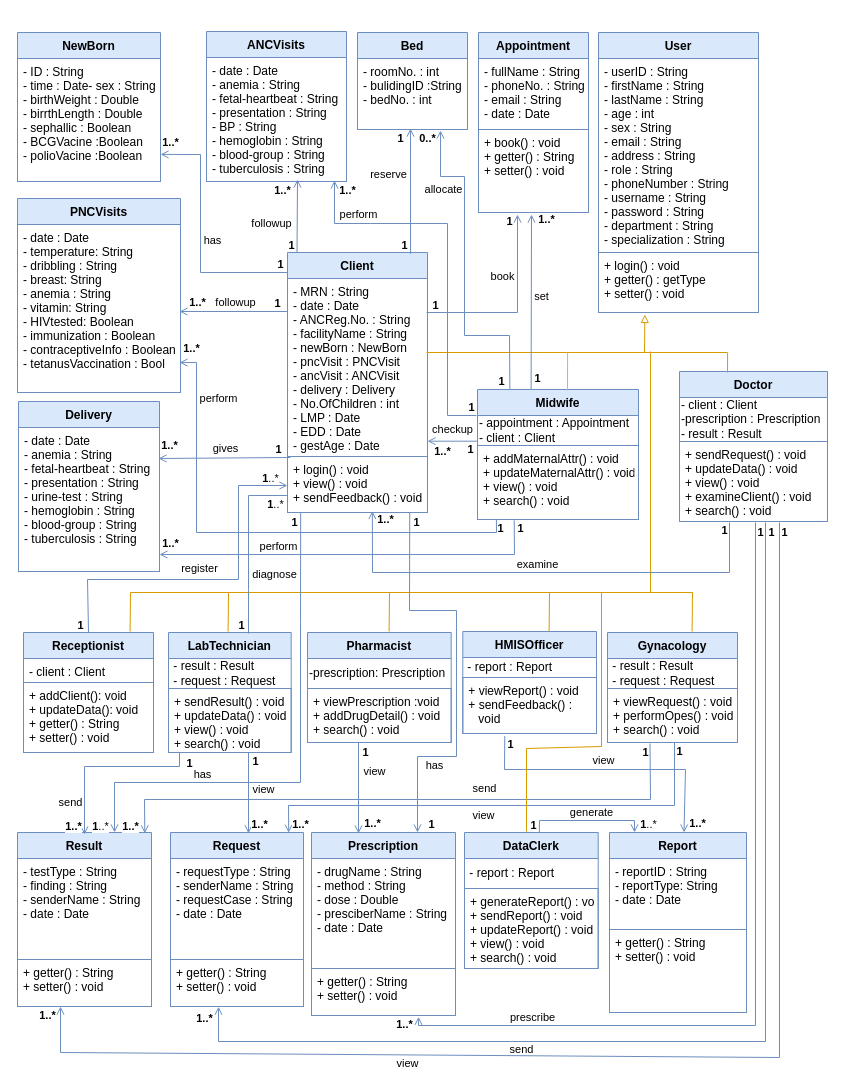
The draw.io diagram Detailed Class Diagram.drawio in fasil712/UML_Diagram_Design, before the edit. Source tidied: cells renumbered, new cells numbered last; positions are measured from the earlier drawing's top-left corner, leaving out a move shared by most shapes. Both pictures are drawn from the tidied source at 100%, with x=0, y=0 at pixel (17, 31).
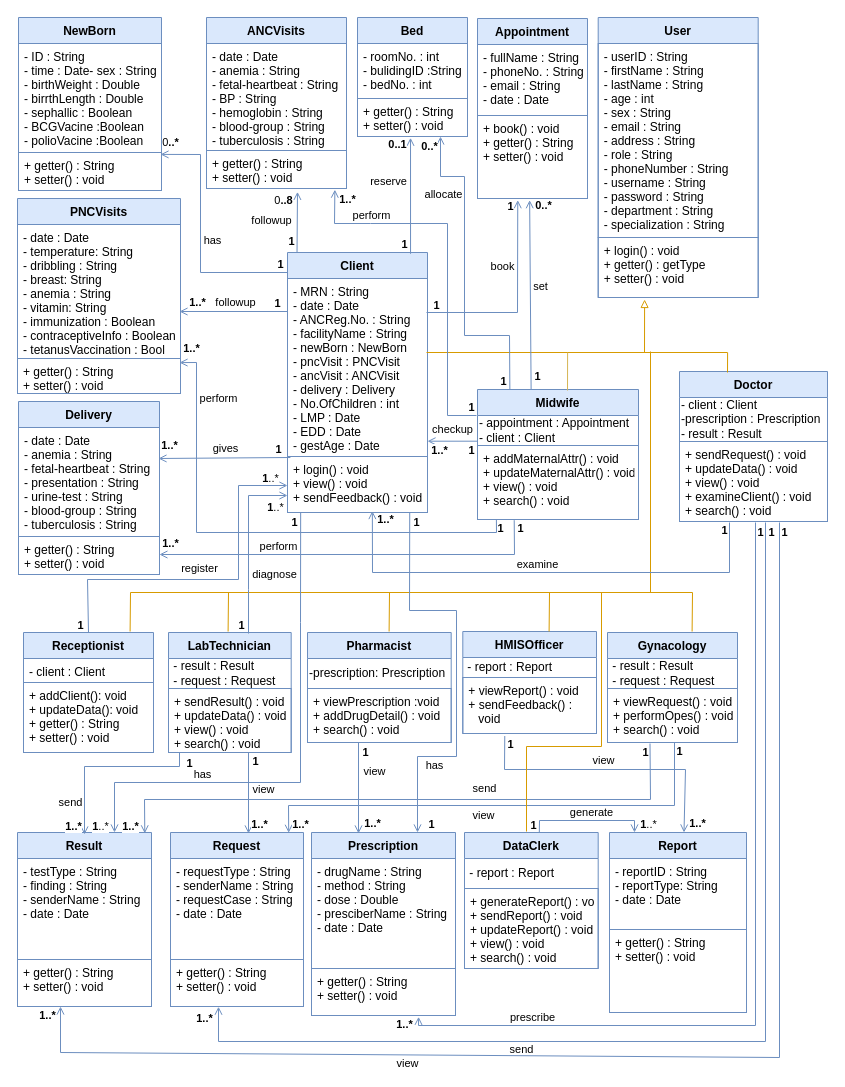
Above is the later version.

Unchanged cells that the change refers to:
```xml
<mxCell id="17" value="Client" style="swimlane;fontStyle=1;align=center;verticalAlign=top;horizontal=1;startSize=26;strokeWidth=1;spacingTop=0;fontSize=12;strokeColor=#6c8ebf;fillColor=#dae8fc;" parent="1" vertex="1">
  <mxGeometry x="270" y="221" width="140" height="260" as="geometry" />
</mxCell>
<mxCell id="28" value="Midwife" style="swimlane;fontStyle=1;align=center;verticalAlign=top;horizontal=1;startSize=26;strokeWidth=1;spacingTop=0;fontSize=12;strokeColor=#6c8ebf;fillColor=#dae8fc;" parent="1" vertex="1">
  <mxGeometry x="460" y="358" width="161" height="130" as="geometry" />
</mxCell>
<mxCell id="38" style="endArrow=open;html=1;rounded=0;strokeWidth=1;entryX=1;entryY=0.78;entryDx=0;entryDy=0;entryPerimeter=0;fillColor=#dae8fc;strokeColor=#6c8ebf;startArrow=none;startFill=0;endFill=0;" parent="1" edge="1">
  <mxGeometry relative="1" as="geometry">
    <mxPoint x="270" y="241" as="sourcePoint" />
    <mxPoint x="143" y="122.9" as="targetPoint" />
    <Array as="points">
      <mxPoint x="183" y="241" />
      <mxPoint x="183" y="123" />
    </Array>
  </mxGeometry>
</mxCell>
<mxCell id="58" value="+ book() : void&#10;+ getter() : String&#10;+ setter() : void" style="text;strokeColor=#6C8EBF;fillColor=none;align=left;verticalAlign=top;spacingLeft=4;spacingRight=4;overflow=hidden;points=[[0,0.5],[1,0.5]];portConstraint=eastwest;strokeWidth=1;spacingTop=0;fontSize=12;" parent="56" vertex="1">
  <mxGeometry y="97" width="110" height="83" as="geometry" />
</mxCell>
<mxCell id="78" style="endArrow=none;html=1;rounded=0;strokeWidth=1;entryX=0.001;entryY=0.009;entryDx=0;entryDy=0;exitX=1;exitY=0.903;exitDx=0;exitDy=0;entryPerimeter=0;fillColor=#dae8fc;strokeColor=#6c8ebf;exitPerimeter=0;startArrow=open;startFill=0;" parent="1" edge="1">
  <mxGeometry relative="1" as="geometry">
    <mxPoint x="410" y="409.7" as="sourcePoint" />
    <mxPoint x="460.2" y="409.7" as="targetPoint" />
  </mxGeometry>
</mxCell>
```

What changed in the source:
```diff
@@
     <mxCell id="2" value="User" style="swimlane;fontStyle=1;align=center;verticalAlign=top;horizontal=1;startSize=26;strokeWidth=1;spacingTop=0;fontSize=12;strokeColor=#6c8ebf;fillColor=#dae8fc;" parent="1" vertex="1">
-      <mxGeometry x="581" y="1" width="160" height="280" as="geometry" />
+      <mxGeometry x="580.7" y="-14" width="160" height="280" as="geometry" />
     </mxCell>
@@
     <mxCell id="20" value="ANCVisits" style="swimlane;fontStyle=1;align=center;verticalAlign=top;horizontal=1;startSize=26;strokeWidth=1;spacingTop=0;fontSize=12;strokeColor=#6c8ebf;fillColor=#dae8fc;" parent="1" vertex="1">
-      <mxGeometry x="189" width="140" height="150" as="geometry" />
+      <mxGeometry x="189" y="-14" width="140" height="171" as="geometry" />
     </mxCell>
-    <mxCell id="21" value="- date : Date&#10;- anemia : String&#10;- fetal-heartbeat : String&#10;- presentation : String&#10;- BP : String&#10;- hemoglobin : String&#10;- blood-group : String&#10;- tuberculosis : String" style="text;strokeColor=#6C8EBF;fillColor=none;align=left;verticalAlign=top;spacingLeft=4;spacingRight=4;overflow=hidden;strokeWidth=1;spacingTop=0;fontSize=12;" parent="20" vertex="1">
-      <mxGeometry y="26" width="140" height="124" as="geometry" />
+    <mxCell id="21" value="- date : Date&#10;- anemia : String&#10;- fetal-heartbeat : String&#10;- BP : String&#10;- hemoglobin : String&#10;- blood-group : String&#10;- tuberculosis : String" style="text;strokeColor=#6C8EBF;fillColor=none;align=left;verticalAlign=top;spacingLeft=4;spacingRight=4;overflow=hidden;strokeWidth=1;spacingTop=0;fontSize=12;" parent="20" vertex="1">
+      <mxGeometry y="26" width="140" height="107" as="geometry" />
     </mxCell>
+    <mxCell id="178" value="+ getter() : String&#10;+ setter() : void" style="text;strokeColor=#6C8EBF;fillColor=none;align=left;verticalAlign=top;spacingLeft=4;spacingRight=4;overflow=hidden;points=[[0,0.5],[1,0.5]];portConstraint=eastwest;strokeWidth=1;spacingTop=0;fontSize=12;" parent="20" vertex="1">
+      <mxGeometry y="133" width="140" height="38" as="geometry" />
+    </mxCell>
     <mxCell id="22" value="Delivery" style="swimlane;fontStyle=1;align=center;verticalAlign=top;horizontal=1;startSize=26;strokeWidth=1;spacingTop=0;fontSize=12;strokeColor=#6c8ebf;fillColor=#dae8fc;" parent="1" vertex="1">
-      <mxGeometry x="1" y="370" width="141" height="170" as="geometry" />
+      <mxGeometry x="1" y="370" width="141" height="173" as="geometry" />
     </mxCell>
-    <mxCell id="23" value="- date : Date&#10;- anemia : String&#10;- fetal-heartbeat : String&#10;- presentation : String&#10;- urine-test : String&#10;- hemoglobin : String&#10;- blood-group : String&#10;- tuberculosis : String&#10;&#10;" style="text;strokeColor=#6C8EBF;fillColor=none;align=left;verticalAlign=top;spacingLeft=4;spacingRight=4;overflow=hidden;strokeWidth=1;spacingTop=0;fontSize=12;" parent="22" vertex="1">
-      <mxGeometry y="26" width="141" height="144" as="geometry" />
+    <mxCell id="23" value="- date : Date&#10;- anemia : String&#10;- fetal-heartbeat : String&#10;- presentation : String&#10;- urine-test : String&#10;- blood-group : String&#10;- tuberculosis : String&#10;&#10;" style="text;strokeColor=#6C8EBF;fillColor=none;align=left;verticalAlign=top;spacingLeft=4;spacingRight=4;overflow=hidden;strokeWidth=1;spacingTop=0;fontSize=12;" parent="22" vertex="1">
+      <mxGeometry y="26" width="141" height="109" as="geometry" />
     </mxCell>
+    <mxCell id="179" value="+ getter() : String&#10;+ setter() : void" style="text;strokeColor=#6C8EBF;fillColor=none;align=left;verticalAlign=top;spacingLeft=4;spacingRight=4;overflow=hidden;strokeWidth=1;spacingTop=0;fontSize=12;" parent="22" vertex="1">
+      <mxGeometry y="135" width="141" height="38" as="geometry" />
+    </mxCell>
     <mxCell id="24" value="PNCVisits" style="swimlane;fontStyle=1;align=center;verticalAlign=top;horizontal=1;startSize=26;strokeWidth=1;spacingTop=0;fontSize=12;strokeColor=#6c8ebf;fillColor=#dae8fc;" parent="1" vertex="1">
-      <mxGeometry y="167" width="163" height="194" as="geometry" />
+      <mxGeometry y="167" width="163" height="195" as="geometry" />
     </mxCell>
-    <mxCell id="25" value="- date : Date&#10;- temperature: String&#10;- dribbling : String&#10;- breast: String&#10;- anemia : String&#10;- vitamin: String&#10;- HIVtested: Boolean&#10;- immunization : Boolean&#10;- contraceptiveInfo : Boolean&#10;- tetanusVaccination : Bool&#10;" style="text;strokeColor=#6C8EBF;fillColor=none;align=left;verticalAlign=top;spacingLeft=4;spacingRight=4;overflow=hidden;strokeWidth=1;spacingTop=0;fontSize=12;" parent="24" vertex="1">
-      <mxGeometry y="26" width="163" height="168" as="geometry" />
+    <mxCell id="25" value="- date : Date&#10;- temperature: String&#10;- dribbling : String&#10;- breast: String&#10;- anemia : String&#10;- vitamin: String&#10;- immunization : Boolean&#10;- contraceptiveInfo : Boolean&#10;- tetanusVaccination : Bool&#10;" style="text;strokeColor=#6C8EBF;fillColor=none;align=left;verticalAlign=top;spacingLeft=4;spacingRight=4;overflow=hidden;strokeWidth=1;spacingTop=0;fontSize=12;" parent="24" vertex="1">
+      <mxGeometry y="26" width="163" height="134" as="geometry" />
     </mxCell>
+    <mxCell id="180" value="+ getter() : String&#10;+ setter() : void" style="text;strokeColor=#6C8EBF;fillColor=none;align=left;verticalAlign=top;spacingLeft=4;spacingRight=4;overflow=hidden;strokeWidth=1;spacingTop=0;fontSize=12;" parent="24" vertex="1">
+      <mxGeometry y="160" width="163" height="35" as="geometry" />
+    </mxCell>
     <mxCell id="26" value="NewBorn" style="swimlane;fontStyle=1;align=center;verticalAlign=top;horizontal=1;startSize=26;strokeWidth=1;spacingTop=0;fontSize=12;strokeColor=#6c8ebf;fillColor=#dae8fc;" parent="1" vertex="1">
-      <mxGeometry y="1" width="143" height="149" as="geometry" />
+      <mxGeometry x="1" y="-14" width="143" height="173" as="geometry" />
     </mxCell>
     <mxCell id="27" value="- ID : String&#10;- time : Date- sex : String&#10;- birthWeight : Double&#10;- birrthLength : Double&#10;- sephallic : Boolean&#10;- BCGVacine :Boolean&#10;- polioVacine :Boolean" style="text;strokeColor=#6C8EBF;fillColor=none;align=left;verticalAlign=top;spacingLeft=4;spacingRight=4;overflow=hidden;strokeWidth=1;spacingTop=0;fontSize=12;" parent="26" vertex="1">
-      <mxGeometry y="26" width="143" height="123" as="geometry" />
+      <mxGeometry y="26" width="143" height="109" as="geometry" />
     </mxCell>
+    <mxCell id="181" value="+ getter() : String&#10;+ setter() : void" style="text;strokeColor=#6C8EBF;fillColor=none;align=left;verticalAlign=top;spacingLeft=4;spacingRight=4;overflow=hidden;strokeWidth=1;spacingTop=0;fontSize=12;" parent="26" vertex="1">
+      <mxGeometry y="135" width="143" height="38" as="geometry" />
+    </mxCell>
@@
-    <mxCell id="34" style="endArrow=open;html=1;rounded=0;strokeWidth=1;fillColor=#dae8fc;strokeColor=#6c8ebf;endFill=0;exitX=0.068;exitY=0.001;exitDx=0;exitDy=0;exitPerimeter=0;" parent="1" edge="1" source="17">
-      <mxGeometry relative="1" as="geometry">
-        <mxPoint x="280" y="148" as="targetPoint" />
-      </mxGeometry>
+    <mxCell id="34" style="endArrow=open;html=1;rounded=0;strokeWidth=1;fillColor=#dae8fc;strokeColor=#6c8ebf;endFill=0;exitX=0.068;exitY=0.001;exitDx=0;exitDy=0;exitPerimeter=0;entryX=0.65;entryY=1.088;entryDx=0;entryDy=0;entryPerimeter=0;" parent="1" edge="1" source="17" target="178">
+      <mxGeometry relative="1" as="geometry" />
     </mxCell>
     <mxCell id="35" value="followup" style="edgeLabel;html=1;align=center;verticalAlign=middle;" parent="34" vertex="1">
       <mxGeometry x="0.43" y="-2" relative="1" as="geometry">
-        <mxPoint x="-28" y="22" as="offset" />
+        <mxPoint x="-28" y="11" as="offset" />
       </mxGeometry>
     </mxCell>
     <mxCell id="36" value="&lt;b&gt;1&lt;/b&gt;" style="edgeLabel;html=1;align=center;verticalAlign=middle;" parent="34" vertex="1">
       <mxGeometry x="-0.42" y="-2" relative="1" as="geometry">
-        <mxPoint x="-8" y="13" as="offset" />
+        <mxPoint x="-8" y="6" as="offset" />
       </mxGeometry>
     </mxCell>
-    <mxCell id="37" value="&lt;font style=&quot;font-size: 11px;&quot;&gt;&lt;b&gt;1..*&lt;/b&gt;&lt;/font&gt;" style="edgeLabel;html=1;align=center;verticalAlign=middle;" parent="34" vertex="1">
+    <mxCell id="37" value="0&lt;font style=&quot;font-size: 11px;&quot;&gt;&lt;b&gt;..8&lt;/b&gt;&lt;/font&gt;" style="edgeLabel;html=1;align=center;verticalAlign=middle;" parent="34" vertex="1">
       <mxGeometry x="0.58" y="-3" relative="1" as="geometry">
-        <mxPoint x="-18" y="-5" as="offset" />
+        <mxPoint x="-17" y="-5" as="offset" />
       </mxGeometry>
     </mxCell>
@@
-    <mxCell id="41" value="&lt;b&gt;1..*&lt;/b&gt;" style="edgeLabel;html=1;align=center;verticalAlign=middle;fontSize=11;" parent="38" vertex="1">
+    <mxCell id="41" value="0&lt;b&gt;..*&lt;/b&gt;" style="edgeLabel;html=1;align=center;verticalAlign=middle;fontSize=11;" parent="38" vertex="1">
       <mxGeometry x="0.86" y="-8" relative="1" as="geometry">
         <mxPoint x="-8" y="-4" as="offset" />
       </mxGeometry>
     </mxCell>
@@
     <mxCell id="56" value="Appointment" style="swimlane;fontStyle=1;align=center;verticalAlign=top;horizontal=1;startSize=26;strokeWidth=1;spacingTop=0;fontSize=12;strokeColor=#6c8ebf;fillColor=#dae8fc;" parent="1" vertex="1">
-      <mxGeometry x="461" y="1" width="110" height="180" as="geometry" />
+      <mxGeometry x="460" y="-13" width="110" height="180" as="geometry" />
     </mxCell>
@@
     <mxCell id="80" value="&lt;b&gt;1&lt;/b&gt;" style="edgeLabel;html=1;align=center;verticalAlign=middle;fontSize=11;" parent="78" vertex="1">
       <mxGeometry x="-0.74" y="-6" relative="1" as="geometry">
-        <mxPoint x="35" y="2" as="offset" />
+        <mxPoint x="36" y="3" as="offset" />
       </mxGeometry>
     </mxCell>
     <mxCell id="81" value="&lt;b&gt;1..*&lt;/b&gt;" style="edgeLabel;html=1;align=center;verticalAlign=middle;fontSize=11;" parent="78" vertex="1">
       <mxGeometry x="0.86" y="-8" relative="1" as="geometry">
-        <mxPoint x="-33" y="2" as="offset" />
+        <mxPoint x="-36" y="1" as="offset" />
       </mxGeometry>
     </mxCell>
@@
-    <mxCell id="86" style="endArrow=open;html=1;rounded=0;strokeWidth=1;entryX=0.818;entryY=1.024;entryDx=0;entryDy=0;fillColor=#dae8fc;strokeColor=#6c8ebf;entryPerimeter=0;endFill=0;" parent="1" edge="1">
+    <mxCell id="86" style="endArrow=open;html=1;rounded=0;strokeWidth=1;entryX=0.366;entryY=1.02;entryDx=0;entryDy=0;fillColor=#dae8fc;strokeColor=#6c8ebf;entryPerimeter=0;endFill=0;" parent="1" edge="1" target="58">
       <mxGeometry relative="1" as="geometry">
         <mxPoint x="409" y="281" as="sourcePoint" />
-        <mxPoint x="500" y="183" as="targetPoint" />
         <Array as="points">
           <mxPoint x="500" y="281" />
         </Array>
       </mxGeometry>
     </mxCell>
@@
     <mxCell id="89" value="&lt;b&gt;1&lt;/b&gt;" style="edgeLabel;html=1;align=center;verticalAlign=middle;fontSize=11;" parent="86" vertex="1">
       <mxGeometry x="0.86" y="-8" relative="1" as="geometry">
-        <mxPoint x="-17" y="-7" as="offset" />
+        <mxPoint x="-16" y="-9" as="offset" />
       </mxGeometry>
     </mxCell>
-    <mxCell id="90" style="endArrow=open;html=1;rounded=0;strokeWidth=1;fillColor=#dae8fc;strokeColor=#6c8ebf;endFill=0;exitX=0.333;exitY=-0.003;exitDx=0;exitDy=0;exitPerimeter=0;" parent="1" edge="1" source="28">
-      <mxGeometry relative="1" as="geometry">
-        <mxPoint x="514" y="183" as="targetPoint" />
-      </mxGeometry>
+    <mxCell id="90" style="endArrow=open;html=1;rounded=0;strokeWidth=1;fillColor=#dae8fc;strokeColor=#6c8ebf;endFill=0;exitX=0.333;exitY=-0.003;exitDx=0;exitDy=0;exitPerimeter=0;entryX=0.474;entryY=1.02;entryDx=0;entryDy=0;entryPerimeter=0;" parent="1" edge="1" source="28" target="58">
+      <mxGeometry relative="1" as="geometry" />
     </mxCell>
@@
-    <mxCell id="93" value="&lt;b&gt;1..*&lt;/b&gt;" style="edgeLabel;html=1;align=center;verticalAlign=middle;fontSize=11;" parent="90" vertex="1">
+    <mxCell id="93" value="&lt;b&gt;0..*&lt;/b&gt;" style="edgeLabel;html=1;align=center;verticalAlign=middle;fontSize=11;" parent="90" vertex="1">
       <mxGeometry x="0.86" y="-8" relative="1" as="geometry">
-        <mxPoint x="7" y="-8" as="offset" />
+        <mxPoint x="5" y="-8" as="offset" />
       </mxGeometry>
     </mxCell>
@@
-    <mxCell id="99" style="endArrow=none;html=1;rounded=0;strokeWidth=1;fillColor=#dae8fc;strokeColor=#6c8ebf;entryX=0.579;entryY=0.009;entryDx=0;entryDy=0;entryPerimeter=0;" parent="1" edge="1">
+    <mxCell id="99" style="endArrow=none;html=1;rounded=0;strokeWidth=1;fillColor=#dae8fc;strokeColor=#6c8ebf;entryX=0.579;entryY=0.009;entryDx=0;entryDy=0;entryPerimeter=0;endFill=0;startArrow=open;startFill=0;" parent="1" edge="1">
       <mxGeometry relative="1" as="geometry">
         <mxPoint x="270" y="464" as="sourcePoint" />
         <mxPoint x="231" y="602" as="targetPoint" />
         <Array as="points">
           <mxPoint x="231" y="464" />
           <mxPoint x="231" y="558" />
         </Array>
       </mxGeometry>
     </mxCell>
@@
     <mxCell id="101" value="&lt;b&gt;1&lt;/b&gt;..*" style="edgeLabel;html=1;align=center;verticalAlign=middle;fontSize=11;" parent="99" vertex="1">
       <mxGeometry x="-0.74" y="-6" relative="1" as="geometry">
-        <mxPoint x="10" y="14" as="offset" />
+        <mxPoint x="10" y="17" as="offset" />
       </mxGeometry>
     </mxCell>
@@
-    <mxCell id="151" style="endArrow=open;html=1;rounded=0;strokeWidth=1;fillColor=#dae8fc;strokeColor=#6c8ebf;endFill=0;" parent="1" edge="1">
+    <mxCell id="151" style="endArrow=open;html=1;rounded=0;strokeWidth=1;fillColor=#dae8fc;strokeColor=#6c8ebf;endFill=0;entryX=0.917;entryY=1.03;entryDx=0;entryDy=0;entryPerimeter=0;" parent="1" edge="1" target="178">
       <mxGeometry relative="1" as="geometry">
         <mxPoint x="459" y="384" as="sourcePoint" />
-        <mxPoint x="317" y="149" as="targetPoint" />
         <Array as="points">
           <mxPoint x="430" y="384" />
           <mxPoint x="430" y="192" />
           <mxPoint x="353" y="192" />
           <mxPoint x="317" y="192" />
         </Array>
       </mxGeometry>
     </mxCell>
     <mxCell id="152" value="perform" style="edgeLabel;html=1;align=center;verticalAlign=middle;" parent="151" vertex="1">
       <mxGeometry x="0.43" y="-2" relative="1" as="geometry">
-        <mxPoint x="-41" y="-8" as="offset" />
+        <mxPoint x="-35" y="-7" as="offset" />
       </mxGeometry>
     </mxCell>
     <mxCell id="153" value="&lt;b&gt;1&lt;/b&gt;" style="edgeLabel;html=1;align=center;verticalAlign=middle;fontSize=11;" parent="151" vertex="1">
       <mxGeometry x="-0.74" y="-6" relative="1" as="geometry">
-        <mxPoint x="17" y="11" as="offset" />
+        <mxPoint x="17" y="10" as="offset" />
       </mxGeometry>
     </mxCell>
@@
     <mxCell id="167" style="edgeStyle=none;rounded=0;orthogonalLoop=1;jettySize=auto;html=1;fontSize=11;startArrow=none;startFill=0;endArrow=none;endFill=0;strokeWidth=1;fillColor=#ffe6cc;strokeColor=#d79b00;" parent="1" edge="1">
       <mxGeometry relative="1" as="geometry">
         <mxPoint x="509" y="800" as="sourcePoint" />
         <mxPoint x="584" y="561" as="targetPoint" />
         <Array as="points">
-          <mxPoint x="509" y="717" />
+          <mxPoint x="509" y="715" />
           <mxPoint x="584" y="715" />
         </Array>
       </mxGeometry>
     </mxCell>
     <mxCell id="168" value="Bed" style="swimlane;fontStyle=1;align=center;verticalAlign=top;horizontal=1;startSize=26;strokeWidth=1;spacingTop=0;fontSize=12;strokeColor=#6c8ebf;fillColor=#dae8fc;" parent="1" vertex="1">
-      <mxGeometry x="340" y="1" width="110" height="97" as="geometry" />
+      <mxGeometry x="340" y="-14" width="110" height="119" as="geometry" />
     </mxCell>
     <mxCell id="169" value="- roomNo. : int&#10;- bulidingID :String&#10;- bedNo. : int" style="text;strokeColor=#6C8EBF;fillColor=none;align=left;verticalAlign=top;spacingLeft=4;spacingRight=4;overflow=hidden;points=[[0,0.5],[1,0.5]];portConstraint=eastwest;strokeWidth=1;spacingTop=0;fontSize=12;" parent="168" vertex="1">
-      <mxGeometry y="26" width="110" height="71" as="geometry" />
+      <mxGeometry y="26" width="110" height="55" as="geometry" />
     </mxCell>
+    <mxCell id="182" value="+ getter() : String&#10;+ setter() : void" style="text;strokeColor=#6C8EBF;fillColor=none;align=left;verticalAlign=top;spacingLeft=4;spacingRight=4;overflow=hidden;points=[[0,0.5],[1,0.5]];portConstraint=eastwest;strokeWidth=1;spacingTop=0;fontSize=12;" parent="168" vertex="1">
+      <mxGeometry y="81" width="110" height="38" as="geometry" />
+    </mxCell>
-    <mxCell id="170" style="endArrow=open;html=1;rounded=0;strokeWidth=1;fillColor=#dae8fc;strokeColor=#6c8ebf;endFill=0;entryX=0.755;entryY=1.014;entryDx=0;entryDy=0;entryPerimeter=0;exitX=0.201;exitY=0;exitDx=0;exitDy=0;exitPerimeter=0;" parent="1" edge="1" source="28" target="169">
+    <mxCell id="170" style="endArrow=open;html=1;rounded=0;strokeWidth=1;fillColor=#dae8fc;strokeColor=#6c8ebf;endFill=0;exitX=0.201;exitY=0;exitDx=0;exitDy=0;exitPerimeter=0;" parent="1" edge="1" source="28">
       <mxGeometry relative="1" as="geometry">
+        <mxPoint x="423" y="105" as="targetPoint" />
         <Array as="points">
           <mxPoint x="492" y="304" />
           <mxPoint x="447" y="304" />
           <mxPoint x="447" y="145" />
           <mxPoint x="423" y="145" />
         </Array>
       </mxGeometry>
     </mxCell>
@@
     <mxCell id="173" value="&lt;font style=&quot;font-size: 11px;&quot;&gt;&lt;b&gt;0..*&lt;/b&gt;&lt;/font&gt;" style="edgeLabel;html=1;align=center;verticalAlign=middle;" parent="170" vertex="1">
       <mxGeometry x="0.58" y="-3" relative="1" as="geometry">
-        <mxPoint x="-37" y="-36" as="offset" />
+        <mxPoint x="-39" y="-35" as="offset" />
       </mxGeometry>
     </mxCell>
-    <mxCell id="174" style="endArrow=open;html=1;rounded=0;strokeWidth=1;fillColor=#dae8fc;strokeColor=#6c8ebf;endFill=0;exitX=0.879;exitY=0.005;exitDx=0;exitDy=0;exitPerimeter=0;" parent="1" edge="1" source="17">
-      <mxGeometry relative="1" as="geometry">
-        <mxPoint x="393" y="97" as="targetPoint" />
-      </mxGeometry>
+    <mxCell id="174" style="endArrow=open;html=1;rounded=0;strokeWidth=1;fillColor=#dae8fc;strokeColor=#6c8ebf;endFill=0;exitX=0.879;exitY=0.005;exitDx=0;exitDy=0;exitPerimeter=0;entryX=0.482;entryY=1.034;entryDx=0;entryDy=0;entryPerimeter=0;" parent="1" edge="1" source="17" target="182">
+      <mxGeometry relative="1" as="geometry" />
     </mxCell>
@@
     <mxCell id="176" value="&lt;b&gt;1&lt;/b&gt;" style="edgeLabel;html=1;align=center;verticalAlign=middle;" parent="174" vertex="1">
       <mxGeometry x="-0.42" y="-2" relative="1" as="geometry">
-        <mxPoint x="-9" y="27" as="offset" />
+        <mxPoint x="-9" y="24" as="offset" />
       </mxGeometry>
     </mxCell>
-    <mxCell id="177" value="&lt;font style=&quot;font-size: 11px;&quot;&gt;&lt;b&gt;1&lt;/b&gt;&lt;/font&gt;" style="edgeLabel;html=1;align=center;verticalAlign=middle;" parent="174" vertex="1">
+    <mxCell id="177" value="&lt;b&gt;0..&lt;font style=&quot;font-size: 11px;&quot;&gt;1&lt;/font&gt;&lt;/b&gt;" style="edgeLabel;html=1;align=center;verticalAlign=middle;" parent="174" vertex="1">
       <mxGeometry x="0.58" y="-3" relative="1" as="geometry">
-        <mxPoint x="-14" y="-17" as="offset" />
+        <mxPoint x="-17" y="-18" as="offset" />
       </mxGeometry>
     </mxCell>
```
